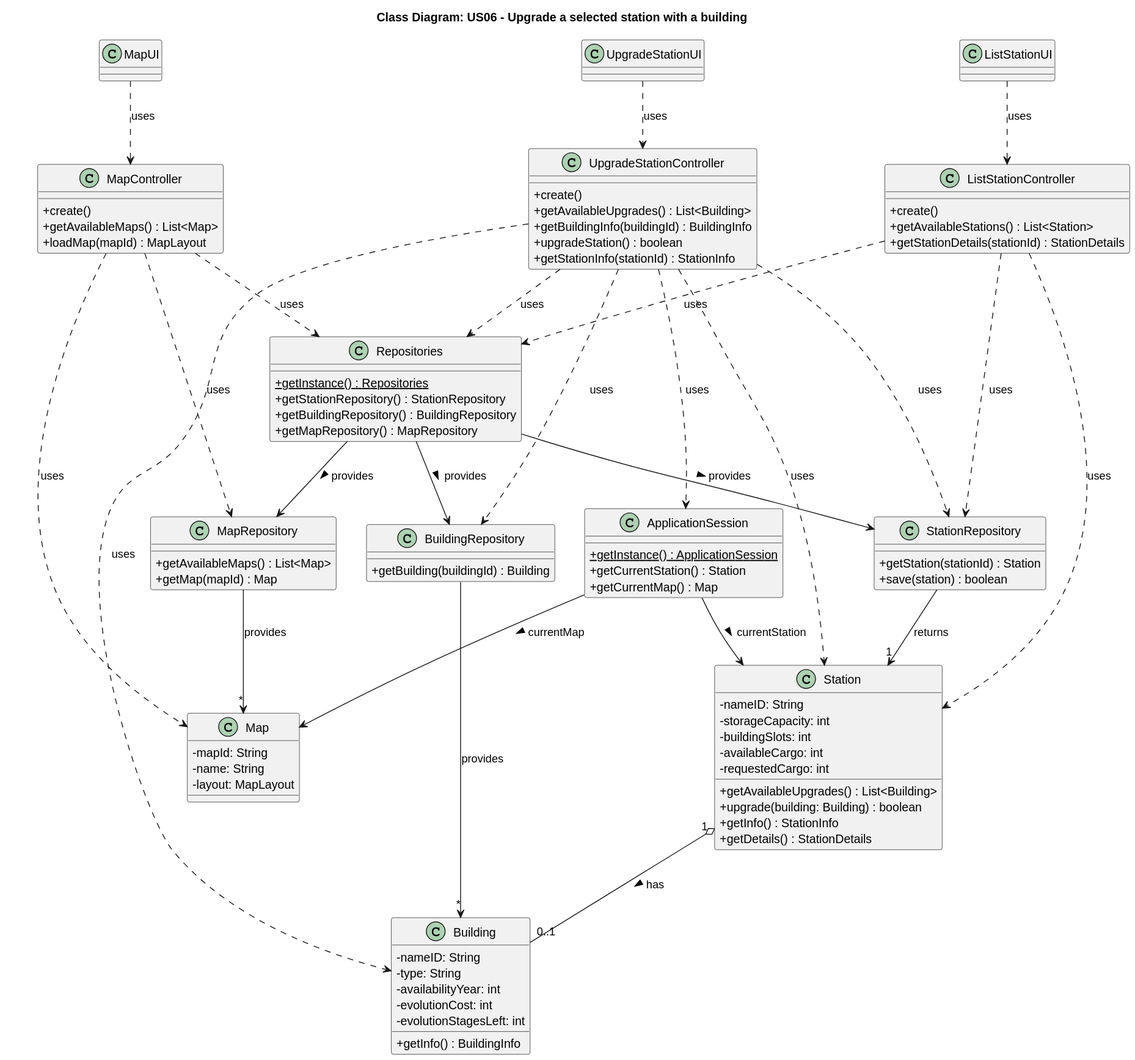
The PlantUML diagram docs/system-documentation/Sprint 2/US06/03.design/svg/US06-CD.svg in HenriqueSilva18/Railway-Network-Simulator, before a commit.
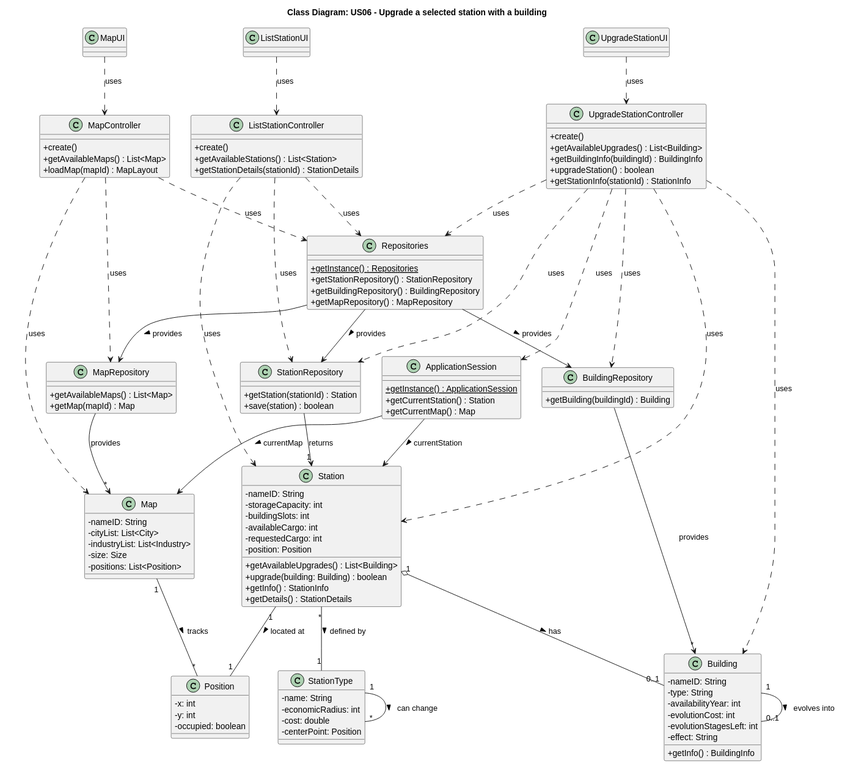
Later version of the same file.

Change to the diagram source:
```diff
@@ -67,6 +67,7 @@
     - buildingSlots: int
     - availableCargo: int
     - requestedCargo: int
+    - position: Position
 
     + getAvailableUpgrades() : List<Building>
     + upgrade(building: Building) : boolean
@@ -80,27 +81,44 @@
     - availabilityYear: int
     - evolutionCost: int
     - evolutionStagesLeft: int
+    - effect: String
 
     + getInfo() : BuildingInfo
 }
 
 class Map {
-    - mapId: String
+    - nameID: String
+    - cityList: List<City>
+    - industryList: List<Industry>
+    - size: Size
+    - positions: List<Position>
+}
+
+class Position {
+    - x: int
+    - y: int
+    - occupied: boolean
+}
+
+class StationType {
     - name: String
-    - layout: MapLayout
+    - economicRadius: int
+    - cost: double
+    - centerPoint: Position
 }
 
 MapUI ..> MapController : uses
+ListStationUI ..> ListStationController : uses
+UpgradeStationUI ..> UpgradeStationController : uses
+
 MapController ..> MapRepository : uses
 MapController ..> Repositories : uses
 MapController ..> Map : uses
 
-ListStationUI ..> ListStationController : uses
 ListStationController ..> StationRepository : uses
 ListStationController ..> Repositories : uses
 ListStationController ..> Station : uses
 
-UpgradeStationUI ..> UpgradeStationController : uses
 UpgradeStationController ..> StationRepository : uses
 UpgradeStationController ..> BuildingRepository : uses
 UpgradeStationController ..> Repositories : uses
@@ -108,7 +126,6 @@
 UpgradeStationController ..> Station : uses
 UpgradeStationController ..> Building : uses
 
-Station "1" o-- "0..1" Building : has >
 StationRepository --> "1" Station : returns
 BuildingRepository --> "*" Building : provides
 MapRepository --> "*" Map : provides
@@ -117,6 +134,13 @@
 Repositories --> BuildingRepository : provides >
 Repositories --> MapRepository : provides >
 
+Station "1" o-- "0..1" Building : has >
+Station "1" -- "1" Position : located at >
+Station "*" -- "1" StationType : defined by >
+Map "1" -- "*" Position : tracks >
+Building "1" -- "0..1" Building : evolves into >
+StationType "1" -- "*" StationType : can change >
+
 ApplicationSession --> Station : currentStation >
 ApplicationSession --> Map : currentMap >
 @enduml
```
